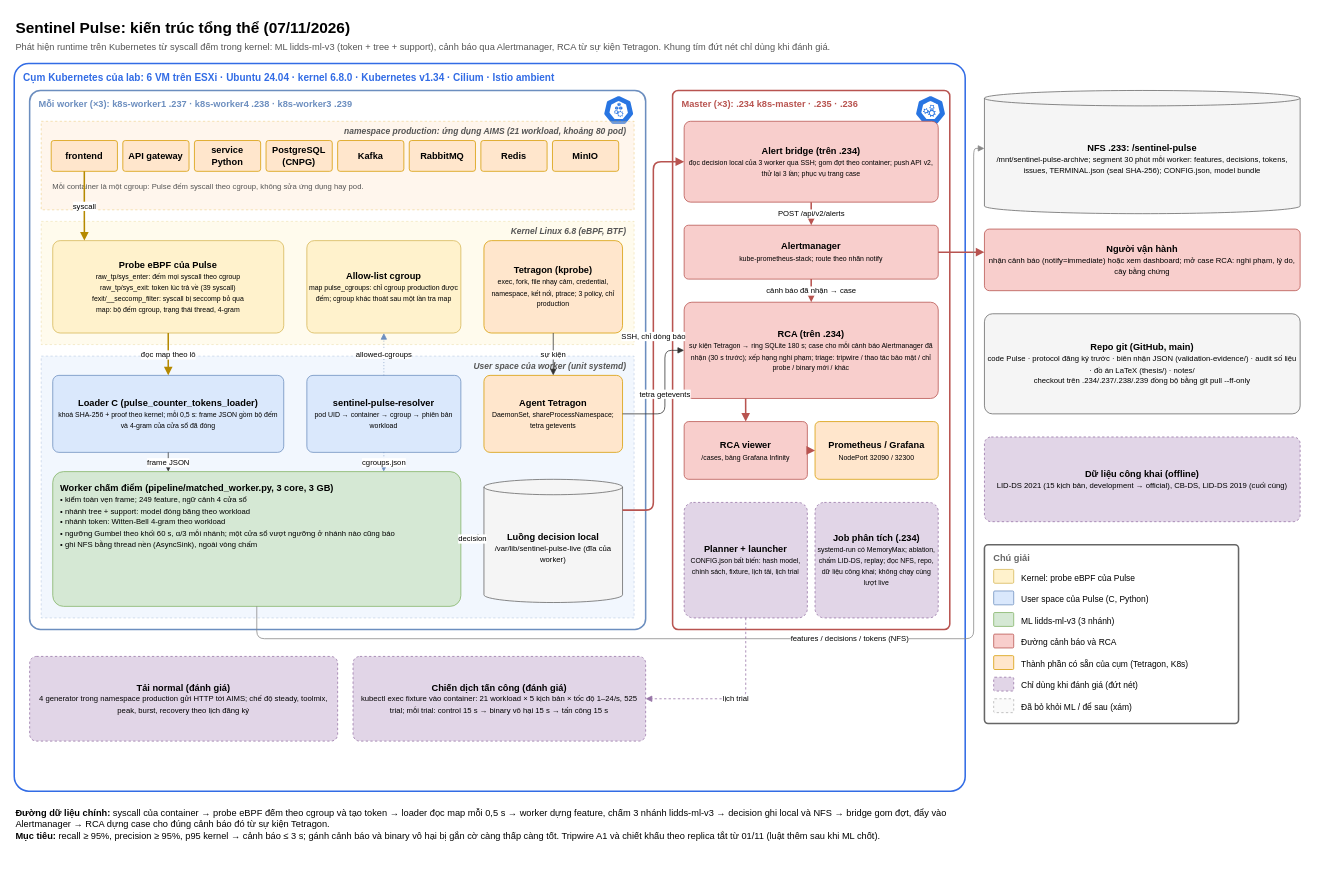
Earlier version of the draw.io diagram page "1. Tổng quan hệ thống" (1 of 5) of docs/architecture/sentinel-pulse-architecture.drawio (tndat-dev/eBPF-project). Source tidied: cells renumbered, new cells numbered last; positions are measured from the earlier drawing's top-left corner, leaving out a move shared by most shapes. Both pictures are drawn from the tidied source at 77%, with x=0, y=0 at pixel (14, 13).
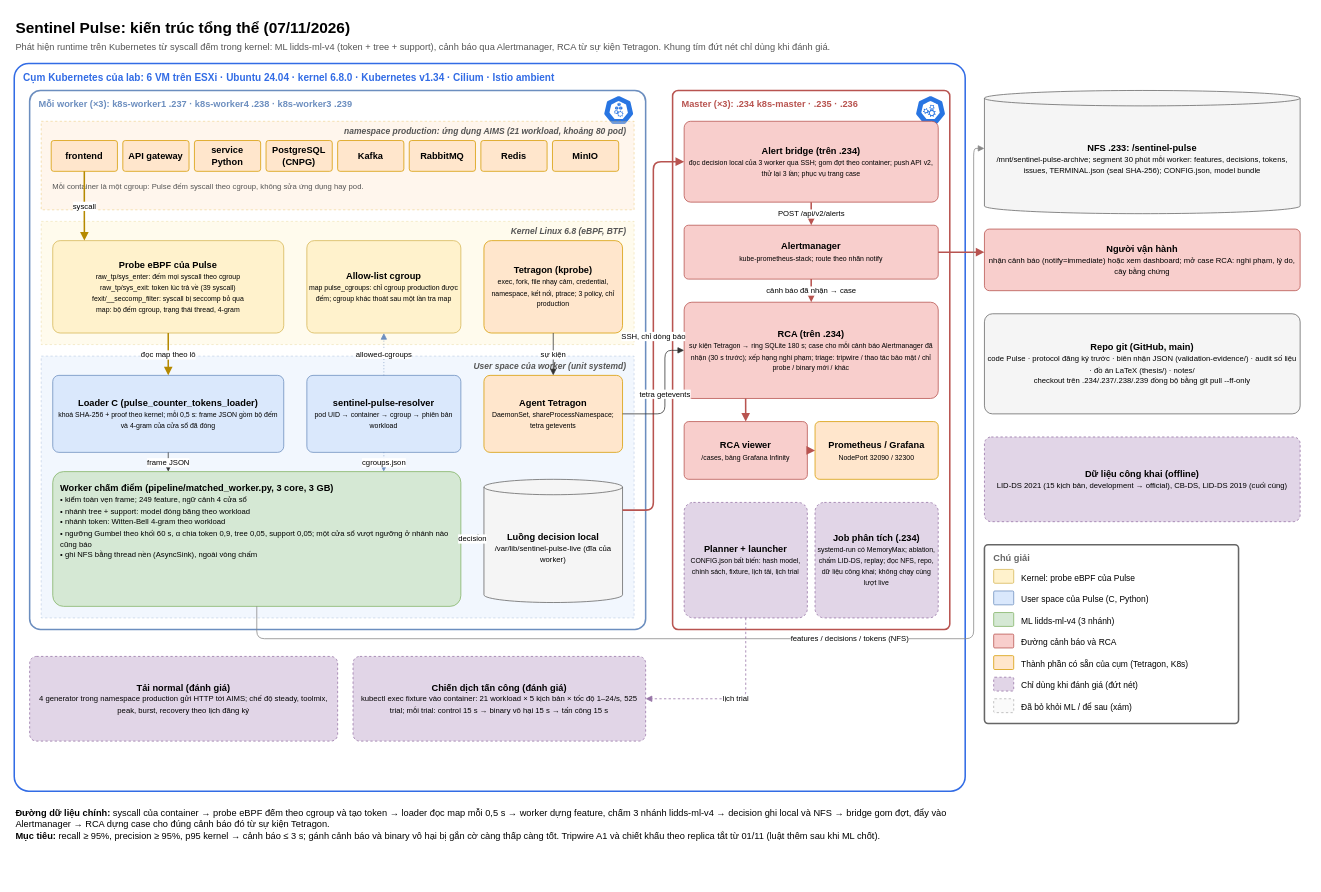
Above is the later version.

Diff of the diagram source:
```diff
@@
-    <mxCell id="3" value="Phát hiện runtime trên Kubernetes từ syscall đếm trong kernel: ML lidds-ml-v3 (token + tree + support), cảnh báo qua Alertmanager, RCA từ sự kiện Tetragon. Khung tím đứt nét chỉ dùng khi đánh giá." style="text;html=1;whiteSpace=wrap;align=left;verticalAlign=top;fontSize=12;fontColor=#555555;" parent="1" vertex="1">
+    <mxCell id="3" value="Phát hiện runtime trên Kubernetes từ syscall đếm trong kernel: ML lidds-ml-v4 (token + tree + support), cảnh báo qua Alertmanager, RCA từ sự kiện Tetragon. Khung tím đứt nét chỉ dùng khi đánh giá." style="text;html=1;whiteSpace=wrap;align=left;verticalAlign=top;fontSize=12;fontColor=#555555;" parent="1" vertex="1">
       <mxGeometry y="30" width="1680" height="22" as="geometry" />
     </mxCell>
@@
-    <mxCell id="25" value="&lt;b&gt;Worker chấm điểm (pipeline/matched_worker.py, 3 core, 3 GB)&lt;/b&gt;&lt;br&gt;&lt;font style=&quot;font-size:10px&quot;&gt;• kiểm toàn vẹn frame; 249 feature, ngữ cảnh 4 cửa sổ&lt;br&gt;• nhánh tree + support: model đóng băng theo workload&lt;br&gt;• nhánh token: Witten-Bell 4-gram theo workload&lt;br&gt;• ngưỡng Gumbel theo khối 60 s, α/3 mỗi nhánh; một cửa sổ vượt ngưỡng ở nhánh nào cũng báo&lt;br&gt;• ghi NFS bằng thread nền (AsyncSink), ngoài vòng chấm&lt;/font&gt;" style="rounded=1;whiteSpace=wrap;html=1;fillColor=#D5E8D4;strokeColor=#82B366;arcSize=8;fontSize=12;align=left;spacing=4;verticalAlign=top;spacingTop=6;spacingLeft=6;" parent="1" vertex="1">
+    <mxCell id="25" value="&lt;b&gt;Worker chấm điểm (pipeline/matched_worker.py, 3 core, 3 GB)&lt;/b&gt;&lt;br&gt;&lt;font style=&quot;font-size:10px&quot;&gt;• kiểm toàn vẹn frame; 249 feature, ngữ cảnh 4 cửa sổ&lt;br&gt;• nhánh tree + support: model đóng băng theo workload&lt;br&gt;• nhánh token: Witten-Bell 4-gram theo workload&lt;br&gt;• ngưỡng Gumbel theo khối 60 s, α chia token 0,9, tree 0,05, support 0,05; một cửa sổ vượt ngưỡng ở nhánh nào cũng báo&lt;br&gt;• ghi NFS bằng thread nền (AsyncSink), ngoài vòng chấm&lt;/font&gt;" style="rounded=1;whiteSpace=wrap;html=1;fillColor=#D5E8D4;strokeColor=#82B366;arcSize=8;fontSize=12;align=left;spacing=4;verticalAlign=top;spacingTop=6;spacingLeft=6;" parent="1" vertex="1">
       <mxGeometry x="50" y="595" width="530" height="175" as="geometry" />
     </mxCell>
@@
-    <mxCell id="48" value="ML lidds-ml-v3 (3 nhánh)" style="text;html=1;whiteSpace=wrap;align=left;verticalAlign=top;fontSize=11;" parent="1" vertex="1">
+    <mxCell id="48" value="ML lidds-ml-v4 (3 nhánh)" style="text;html=1;whiteSpace=wrap;align=left;verticalAlign=top;fontSize=11;" parent="1" vertex="1">
       <mxGeometry x="1306" y="776" width="280" height="22" as="geometry" />
     </mxCell>
@@
-    <mxCell id="73" value="&lt;b&gt;Đường dữ liệu chính:&lt;/b&gt; syscall của container → probe eBPF đếm theo cgroup và tạo token → loader đọc map mỗi 0,5 s → worker dựng feature, chấm 3 nhánh lidds-ml-v3 → decision ghi local và NFS → bridge gom đợt, đẩy vào Alertmanager → RCA dựng case cho đúng cảnh báo đó từ sự kiện Tetragon.&lt;br&gt;&lt;b&gt;Mục tiêu:&lt;/b&gt; recall ≥ 95%, precision ≥ 95%, p95 kernel → cảnh báo ≤ 3 s; gánh cảnh báo và binary vô hại bị gắn cờ càng thấp càng tốt. Tripwire A1 và chiết khấu theo replica tắt từ 01/11 (luật thêm sau khi ML chốt)." style="text;html=1;whiteSpace=wrap;align=left;verticalAlign=top;fontSize=12;" parent="1" vertex="1">
+    <mxCell id="73" value="&lt;b&gt;Đường dữ liệu chính:&lt;/b&gt; syscall của container → probe eBPF đếm theo cgroup và tạo token → loader đọc map mỗi 0,5 s → worker dựng feature, chấm 3 nhánh lidds-ml-v4 → decision ghi local và NFS → bridge gom đợt, đẩy vào Alertmanager → RCA dựng case cho đúng cảnh báo đó từ sự kiện Tetragon.&lt;br&gt;&lt;b&gt;Mục tiêu:&lt;/b&gt; recall ≥ 95%, precision ≥ 95%, p95 kernel → cảnh báo ≤ 3 s; gánh cảnh báo và binary vô hại bị gắn cờ càng thấp càng tốt. Tripwire A1 và chiết khấu theo replica tắt từ 01/11 (luật thêm sau khi ML chốt)." style="text;html=1;whiteSpace=wrap;align=left;verticalAlign=top;fontSize=12;" parent="1" vertex="1">
       <mxGeometry y="1025" width="1235" height="100" as="geometry" />
     </mxCell>
```
